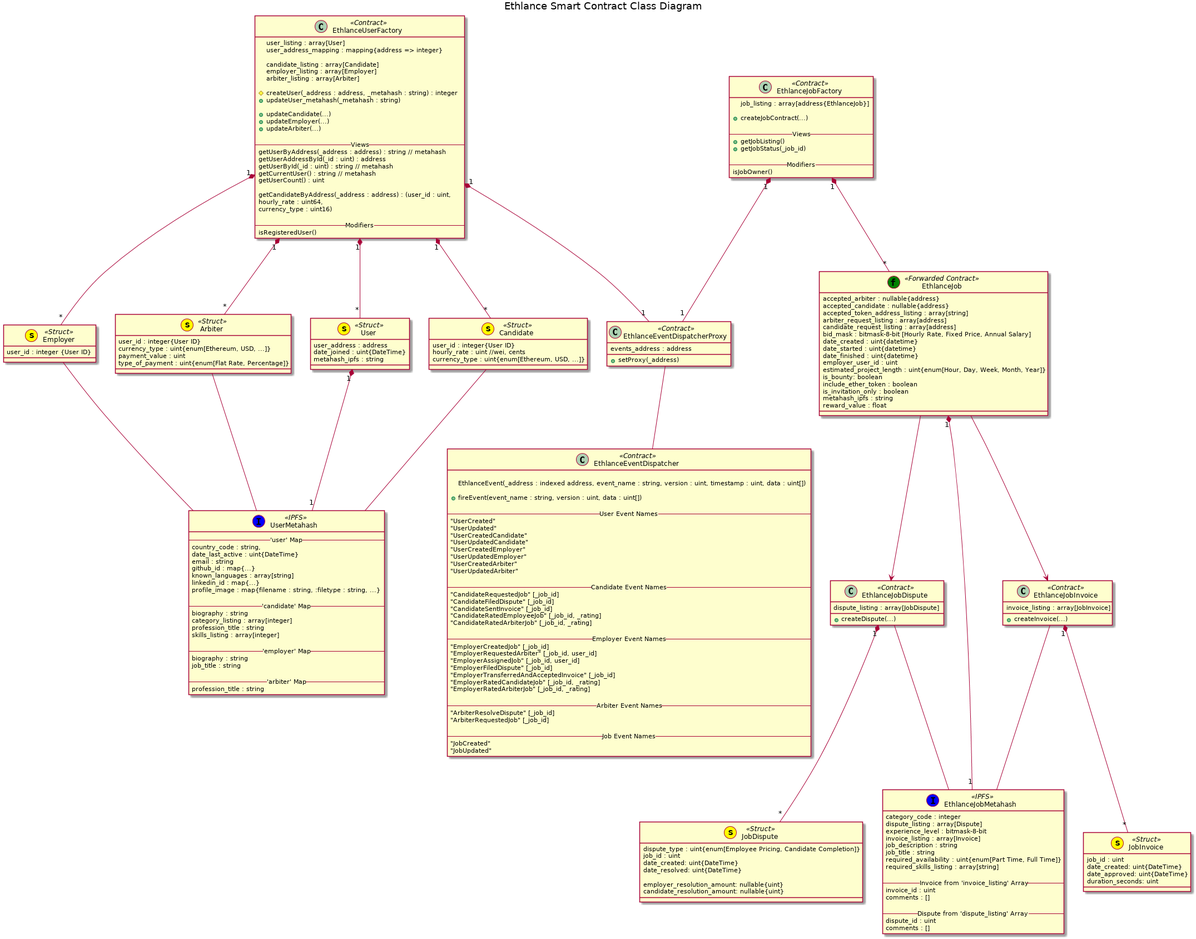
Above: docs/spec/class_diagram.png in district0x/ethlance (PlantUML), before the change.
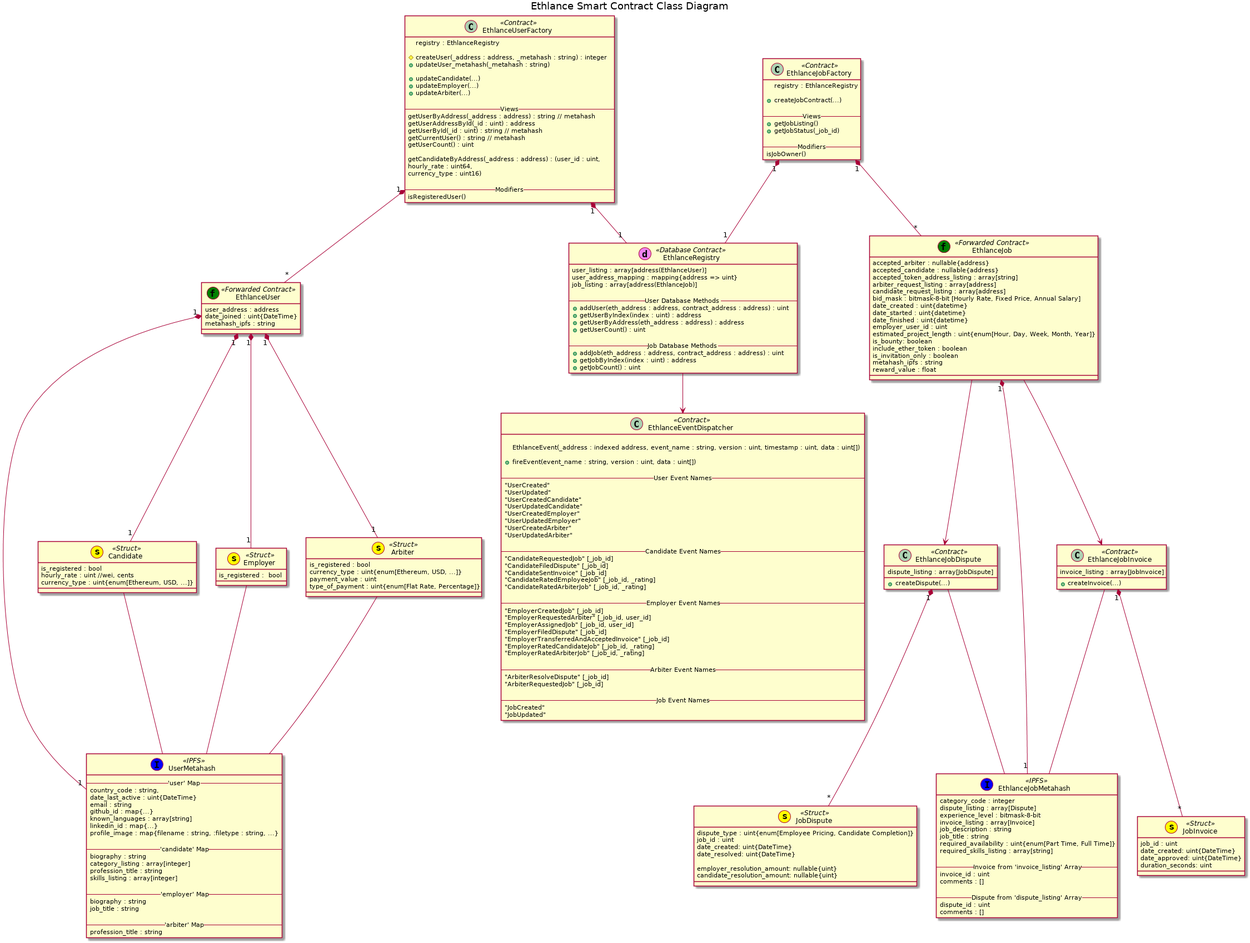
The same diagram one commit later.

Commit message:
Updated class diagram to reflect changes

Change to the diagram source:
```diff
@@ -25,8 +25,8 @@
   profession_title : string
 }
 
-User "1" *-- "1" UserMetahash
-class User << (s,yellow) Struct >> {
+EthlanceUser "1" *-- "1" UserMetahash
+class EthlanceUser << (f,green) Forwarded Contract >> {
   user_address : address
   date_joined : uint{DateTime}
   metahash_ipfs : string
@@ -34,36 +34,31 @@
 
 Candidate -- UserMetahash
 class Candidate << (s,yellow) Struct >> {
-  user_id : integer{User ID}
+  is_registered : bool
   hourly_rate : uint //wei, cents
   currency_type : uint{enum[Ethereum, USD, ...]}
 }
 
 Employer -- UserMetahash
 class Employer << (s,yellow) Struct >> {
-  user_id : integer {User ID}
+  is_registered :  bool
 }
 
 Arbiter -- UserMetahash
 class Arbiter << (s,yellow) Struct >> {
-  user_id : integer{User ID}
+  is_registered : bool
   currency_type : uint{enum[Ethereum, USD, ...]}
   payment_value : uint
   type_of_payment : uint{enum[Flat Rate, Percentage]}
 }
 
-EthlanceUserFactory "1" *-- "*" User
-EthlanceUserFactory "1" *-- "*" Candidate
-EthlanceUserFactory "1" *-- "*" Employer
-EthlanceUserFactory "1" *-- "*" Arbiter
+EthlanceUserFactory "1" *-- "*" EthlanceUser
+EthlanceUser "1" *-- "1" Candidate
+EthlanceUser "1" *-- "1" Employer
+EthlanceUser "1" *-- "1" Arbiter
 
 class EthlanceUserFactory << Contract >> {
-  user_listing : array[User]
-  user_address_mapping : mapping{address => integer}
-
-  candidate_listing : array[Candidate]
-  employer_listing : array[Employer]
-  arbiter_listing : array[Arbiter]
+  registry : EthlanceRegistry
 
   #createUser(_address : address, _metahash : string) : integer
   +updateUser_metahash(_metahash : string)
@@ -87,14 +82,26 @@
   isRegisteredUser()
 }
 
-EthlanceUserFactory "1" *-- "1" EthlanceEventDispatcherProxy
-EthlanceJobFactory "1" *-- "1" EthlanceEventDispatcherProxy
-class EthlanceEventDispatcherProxy << Contract >> {
-  events_address : address
-  +setProxy(_address)
+EthlanceUserFactory "1" *-- "1" EthlanceRegistry
+EthlanceJobFactory "1" *-- "1" EthlanceRegistry
+class EthlanceRegistry << (d,violet) Database Contract >> {
+  user_listing : array[address(EthlanceUser)]
+  user_address_mapping : mapping{address => uint}
+  job_listing : array[address(EthlanceJob)]
+
+  -- User Database Methods --
+  +addUser(eth_address : address, contract_address : address) : uint
+  +getUserByIndex(index : uint) : address
+  +getUserByAddress(eth_address : address) : address
+  +getUserCount() : uint
+
+  -- Job Database Methods --
+  +addJob(eth_address : address, contract_address : address) : uint
+  +getJobByIndex(index : uint) : address
+  +getJobCount() : uint
 }
 
-EthlanceEventDispatcherProxy -- EthlanceEventDispatcher
+EthlanceRegistry --> EthlanceEventDispatcher
 class EthlanceEventDispatcher << Contract >> {
 
   EthlanceEvent(_address : indexed address, event_name : string, version : uint, timestamp : uint, data : uint[])
@@ -212,7 +219,7 @@
 
 EthlanceJobFactory "1" *-- "*" EthlanceJob
 class EthlanceJobFactory << Contract >> {
-  job_listing : array[address{EthlanceJob}]
+  registry : EthlanceRegistry
 
   +createJobContract(...)
 
```
